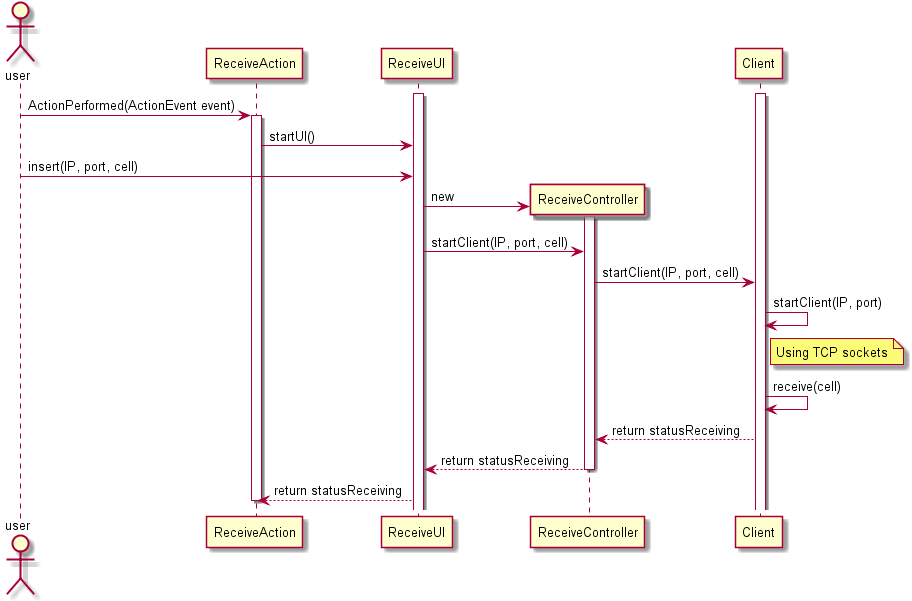
askpt/LAPR4 keeps this PlantUML diagram as docs/1100859/rail5_w1/diagrams/sd_receive_client.png. Above is the earlier version.
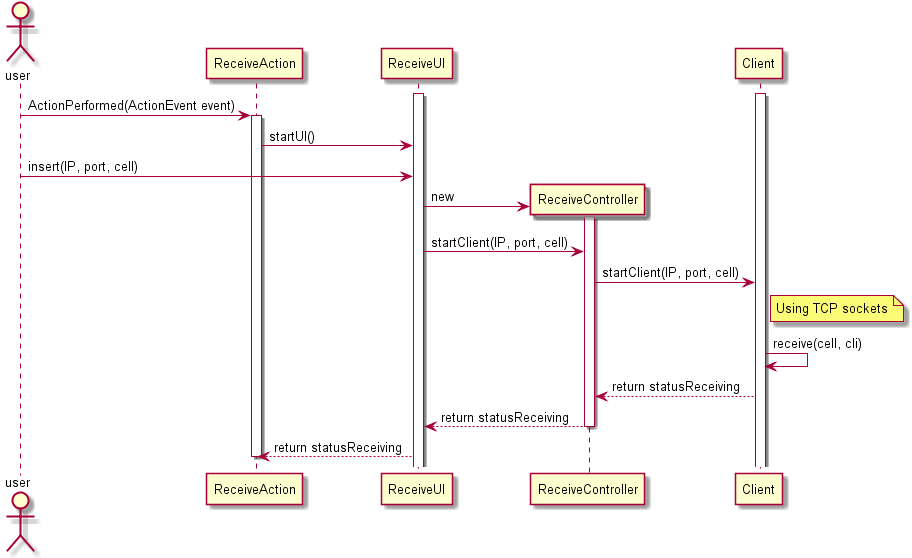
Later version of the same file.

Commit message:
1100859: Created server and client sockets. Updated sequence diagrams ref #1 #2

Diff of the diagram source:
```diff
@@ -17,11 +17,10 @@
 activate rc
 rui -> rc : startClient(IP, port, cell)
 rc -> cli : startClient(IP, port, cell)
-cli -> cli : startClient(IP, port)
 note right cli
 Using TCP sockets
 end note
-cli -> cli : receive(cell)
+cli -> cli : receive(cell, cli)
 cli --> rc : return statusReceiving
 rc --> rui : return statusReceiving
 deactivate rc
```
